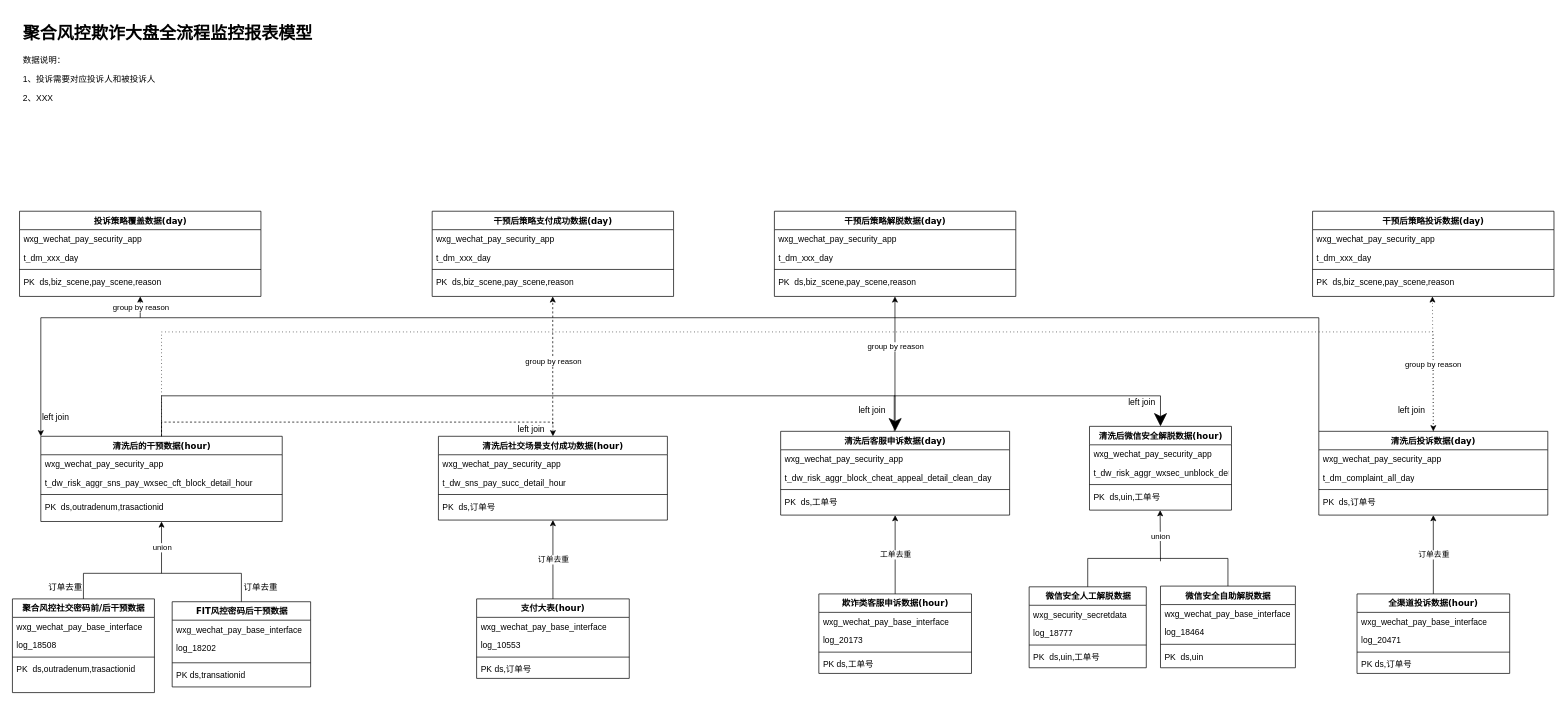
misshuanghm/book keeps this draw.io diagram as Untitled Diagram.drawio. Above is the earlier version. Source tidied: cells renumbered, new cells numbered last; positions are measured from the earlier drawing's top-left corner, leaving out a move shared by most shapes. Both pictures are drawn from the tidied source at 71%, with x=0, y=0 at pixel (12, 19).
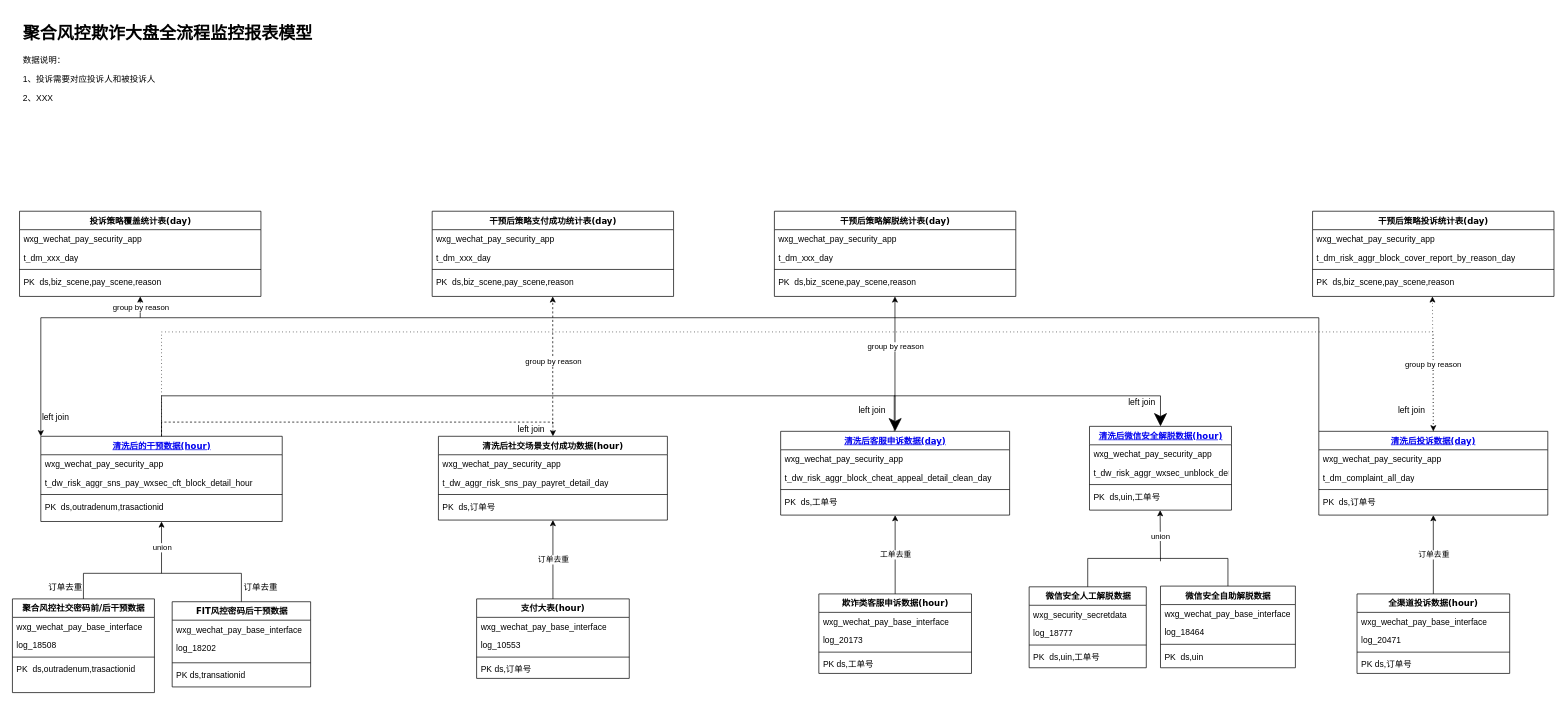
Above is the later version.

Unchanged cells that the change refers to:
```xml
<mxCell id="90" value="清洗后社交场景支付成功数据(hour)" style="swimlane;html=1;fontStyle=1;align=center;verticalAlign=top;horizontal=1;startSize=26;swimlaneFillColor=#ffffff;rounded=0;shadow=0;comic=0;labelBackgroundColor=none;strokeWidth=1;fillColor=none;fontFamily=Verdana;fontSize=12;" parent="1" vertex="1">
  <mxGeometry x="600" y="587" width="322.5" height="118" as="geometry" />
</mxCell>
```

The edit, as a diff of the source:
```diff
@@
-    <mxCell id="45" value="&lt;div&gt;清洗后的干预数据(hour)&lt;/div&gt;" style="swimlane;html=1;fontStyle=1;align=center;verticalAlign=top;horizontal=1;startSize=26;swimlaneFillColor=#ffffff;rounded=0;shadow=0;comic=0;labelBackgroundColor=none;strokeWidth=1;fillColor=none;fontFamily=Verdana;fontSize=12;" parent="1" vertex="1">
+    <mxCell id="45" value="&lt;div&gt;&lt;a href=&quot;http://wxpay.oa.com/kunpeng/index2.php/cxdata_platform/index#/data-compute/my-task/detail?id=20200811231715878&quot;&gt;清洗后的干预数据(hour)&lt;/a&gt;&lt;/div&gt;" style="swimlane;html=1;fontStyle=1;align=center;verticalAlign=top;horizontal=1;startSize=26;swimlaneFillColor=#ffffff;rounded=0;shadow=0;comic=0;labelBackgroundColor=none;strokeWidth=1;fillColor=none;fontFamily=Verdana;fontSize=12;" parent="1" vertex="1">
       <mxGeometry x="40" y="587" width="340" height="120" as="geometry" />
     </mxCell>
@@
-    <mxCell id="55" value="清洗后投诉数据(day)" style="swimlane;html=1;fontStyle=1;align=center;verticalAlign=top;horizontal=1;startSize=26;swimlaneFillColor=#ffffff;rounded=0;shadow=0;comic=0;labelBackgroundColor=none;strokeWidth=1;fillColor=none;fontFamily=Verdana;fontSize=12;" parent="1" vertex="1">
+    <mxCell id="55" value="&lt;a href=&quot;http://wxpay.oa.com/kunpeng/index2.php/cxdata_platform/index#/data-compute/my-task/detail?id=20200605174019558&quot;&gt;清洗后投诉数据(day)&lt;/a&gt;" style="swimlane;html=1;fontStyle=1;align=center;verticalAlign=top;horizontal=1;startSize=26;swimlaneFillColor=#ffffff;rounded=0;shadow=0;comic=0;labelBackgroundColor=none;strokeWidth=1;fillColor=none;fontFamily=Verdana;fontSize=12;" parent="1" vertex="1">
       <mxGeometry x="1840" y="580" width="322.5" height="118" as="geometry" />
     </mxCell>
@@
-    <mxCell id="70" value="清洗后微信安全解脱数据(hour)" style="swimlane;html=1;fontStyle=1;align=center;verticalAlign=top;horizontal=1;startSize=26;swimlaneFillColor=#ffffff;rounded=0;shadow=0;comic=0;labelBackgroundColor=none;strokeWidth=1;fillColor=none;fontFamily=Verdana;fontSize=12;" parent="1" vertex="1">
+    <mxCell id="70" value="&lt;a href=&quot;http://wxpay.oa.com/kunpeng/index2.php/cxdata_platform/index#/data-compute/my-task/detail?id=20200811165804858&quot;&gt;清洗后微信安全解脱数据(hour)&lt;/a&gt;" style="swimlane;html=1;fontStyle=1;align=center;verticalAlign=top;horizontal=1;startSize=26;swimlaneFillColor=#ffffff;rounded=0;shadow=0;comic=0;labelBackgroundColor=none;strokeWidth=1;fillColor=none;fontFamily=Verdana;fontSize=12;" parent="1" vertex="1">
       <mxGeometry x="1517" y="573" width="200" height="118" as="geometry" />
     </mxCell>
@@
-    <mxCell id="80" value="清洗后客服申诉数据(day)" style="swimlane;html=1;fontStyle=1;align=center;verticalAlign=top;horizontal=1;startSize=26;swimlaneFillColor=#ffffff;rounded=0;shadow=0;comic=0;labelBackgroundColor=none;strokeWidth=1;fillColor=none;fontFamily=Verdana;fontSize=12;" parent="1" vertex="1">
+    <mxCell id="80" value="&lt;a href=&quot;http://wxpay.oa.com/kunpeng/index2.php/cxdata_platform/index#/data-compute/my-task/detail?id=20200812161544200&quot;&gt;清洗后客服申诉数据(day)&lt;/a&gt;" style="swimlane;html=1;fontStyle=1;align=center;verticalAlign=top;horizontal=1;startSize=26;swimlaneFillColor=#ffffff;rounded=0;shadow=0;comic=0;labelBackgroundColor=none;strokeWidth=1;fillColor=none;fontFamily=Verdana;fontSize=12;" parent="1" vertex="1">
       <mxGeometry x="1082" y="580" width="322.5" height="118" as="geometry" />
     </mxCell>
@@
-    <mxCell id="92" value="t_dw_sns_pay_succ_detail_hour" style="text;html=1;strokeColor=none;fillColor=none;align=left;verticalAlign=top;spacingLeft=4;spacingRight=4;whiteSpace=wrap;overflow=hidden;" parent="90" vertex="1">
+    <mxCell id="92" value="t_dw_aggr_risk_sns_pay_payret_detail_day" style="text;html=1;strokeColor=none;fillColor=none;align=left;verticalAlign=top;spacingLeft=4;spacingRight=4;whiteSpace=wrap;overflow=hidden;" parent="90" vertex="1">
       <mxGeometry y="52" width="322.5" height="26" as="geometry" />
     </mxCell>
@@
-    <mxCell id="95" value="&lt;div&gt;干预后策略解脱数据(day)&lt;/div&gt;" style="swimlane;html=1;fontStyle=1;align=center;verticalAlign=top;horizontal=1;startSize=26;swimlaneFillColor=#ffffff;rounded=0;shadow=0;comic=0;labelBackgroundColor=none;strokeWidth=1;fillColor=none;fontFamily=Verdana;fontSize=12;" parent="1" vertex="1">
+    <mxCell id="95" value="&lt;div&gt;干预后策略解脱统计表(day)&lt;/div&gt;" style="swimlane;html=1;fontStyle=1;align=center;verticalAlign=top;horizontal=1;startSize=26;swimlaneFillColor=#ffffff;rounded=0;shadow=0;comic=0;labelBackgroundColor=none;strokeWidth=1;fillColor=none;fontFamily=Verdana;fontSize=12;" parent="1" vertex="1">
       <mxGeometry x="1073.2" y="270" width="340" height="120" as="geometry" />
     </mxCell>
@@
-    <mxCell id="100" value="&lt;div&gt;干预后策略支付成功数据(day)&lt;/div&gt;" style="swimlane;html=1;fontStyle=1;align=center;verticalAlign=top;horizontal=1;startSize=26;swimlaneFillColor=#ffffff;rounded=0;shadow=0;comic=0;labelBackgroundColor=none;strokeWidth=1;fillColor=none;fontFamily=Verdana;fontSize=12;" parent="1" vertex="1">
+    <mxCell id="100" value="&lt;div&gt;干预后策略支付成功统计表(day)&lt;/div&gt;" style="swimlane;html=1;fontStyle=1;align=center;verticalAlign=top;horizontal=1;startSize=26;swimlaneFillColor=#ffffff;rounded=0;shadow=0;comic=0;labelBackgroundColor=none;strokeWidth=1;fillColor=none;fontFamily=Verdana;fontSize=12;" parent="1" vertex="1">
       <mxGeometry x="591.2" y="270" width="340" height="120" as="geometry" />
     </mxCell>
@@
-    <mxCell id="105" value="&lt;div&gt;干预后策略投诉数据(day)&lt;/div&gt;" style="swimlane;html=1;fontStyle=1;align=center;verticalAlign=top;horizontal=1;startSize=26;swimlaneFillColor=#ffffff;rounded=0;shadow=0;comic=0;labelBackgroundColor=none;strokeWidth=1;fillColor=none;fontFamily=Verdana;fontSize=12;" parent="1" vertex="1">
+    <mxCell id="105" value="&lt;div&gt;干预后策略投诉统计表(day)&lt;/div&gt;" style="swimlane;html=1;fontStyle=1;align=center;verticalAlign=top;horizontal=1;startSize=26;swimlaneFillColor=#ffffff;rounded=0;shadow=0;comic=0;labelBackgroundColor=none;strokeWidth=1;fillColor=none;fontFamily=Verdana;fontSize=12;" parent="1" vertex="1">
       <mxGeometry x="1831.2" y="270" width="340" height="120" as="geometry" />
     </mxCell>
@@
-    <mxCell id="107" value="t_dm_xxx_day" style="text;html=1;strokeColor=none;fillColor=none;align=left;verticalAlign=top;spacingLeft=4;spacingRight=4;whiteSpace=wrap;overflow=hidden;" parent="105" vertex="1">
+    <mxCell id="107" value="t_dm_risk_aggr_block_cover_report_by_reason_day" style="text;html=1;strokeColor=none;fillColor=none;align=left;verticalAlign=top;spacingLeft=4;spacingRight=4;whiteSpace=wrap;overflow=hidden;" parent="105" vertex="1">
       <mxGeometry y="52" width="340" height="26" as="geometry" />
     </mxCell>
@@
-    <mxCell id="110" value="&lt;div&gt;投诉策略覆盖数据(day)&lt;/div&gt;" style="swimlane;html=1;fontStyle=1;align=center;verticalAlign=top;horizontal=1;startSize=26;swimlaneFillColor=#ffffff;rounded=0;shadow=0;comic=0;labelBackgroundColor=none;strokeWidth=1;fillColor=none;fontFamily=Verdana;fontSize=12;" parent="1" vertex="1">
+    <mxCell id="110" value="&lt;div&gt;投诉策略覆盖统计表(day)&lt;/div&gt;" style="swimlane;html=1;fontStyle=1;align=center;verticalAlign=top;horizontal=1;startSize=26;swimlaneFillColor=#ffffff;rounded=0;shadow=0;comic=0;labelBackgroundColor=none;strokeWidth=1;fillColor=none;fontFamily=Verdana;fontSize=12;" parent="1" vertex="1">
       <mxGeometry x="10" y="270" width="340" height="120" as="geometry" />
     </mxCell>
```
